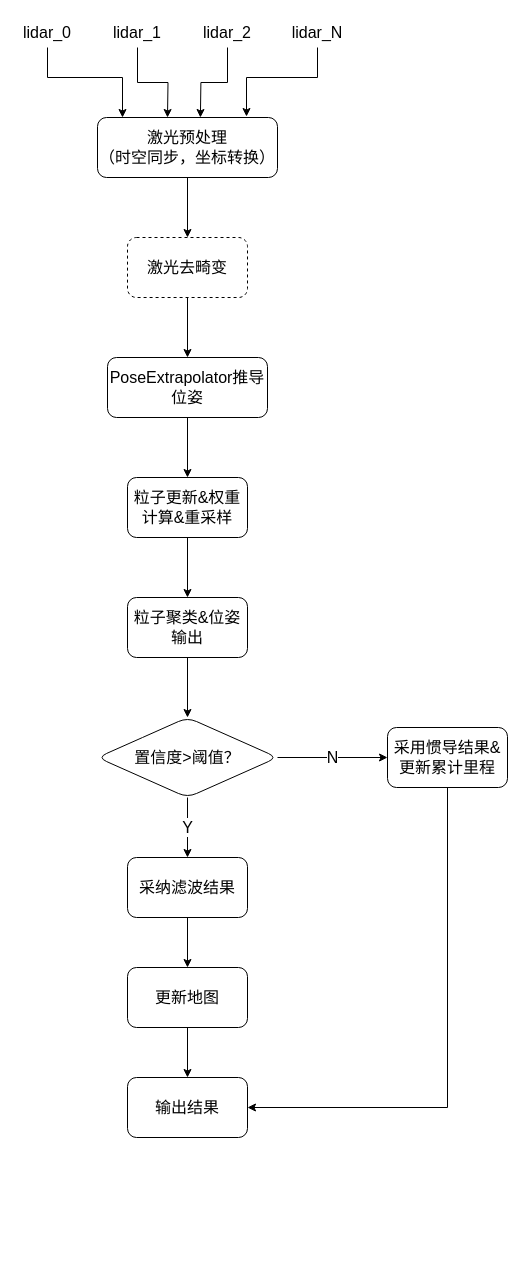
Earlier version of the draw.io diagram AMCL_refactor.drawio (mMikaa00/For_draw_io). Source tidied: cells renumbered, new cells numbered last; positions are measured from the earlier drawing's top-left corner, leaving out a move shared by most shapes. Both pictures are drawn from the tidied source at 100%, with x=0, y=0 at pixel (17, 17).
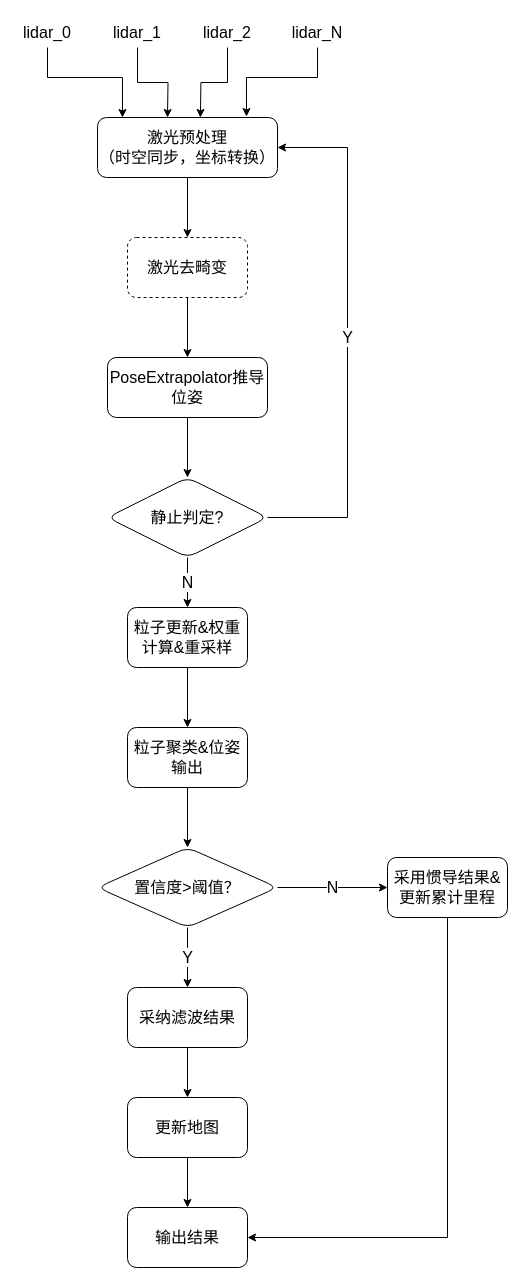
After the change.

The change refers to these unchanged cells:
```xml
<mxCell id="3" value="&lt;font style=&quot;font-size: 16px;&quot;&gt;激光预处理&lt;br&gt;（时空同步，坐标转换）&lt;/font&gt;" style="rounded=1;whiteSpace=wrap;html=1;fontSize=16;" parent="1" vertex="1">
  <mxGeometry x="80" y="100" width="180" height="60" as="geometry" />
</mxCell>
<mxCell id="13" value="PoseExtrapolator推导位姿" style="rounded=1;whiteSpace=wrap;html=1;fontSize=16;" parent="1" vertex="1">
  <mxGeometry x="90" y="340" width="160" height="60" as="geometry" />
</mxCell>
```

What changed in the source:
```diff
@@
-    <mxCell id="12" style="edgeStyle=orthogonalEdgeStyle;rounded=0;jettySize=auto;html=1;fontSize=16;" parent="1" edge="1" source="13" target="17">
-      <mxGeometry relative="1" as="geometry" />
-    </mxCell>
+    <mxCell id="30" style="edgeStyle=orthogonalEdgeStyle;rounded=0;jettySize=auto;html=1;fontSize=16;" parent="1" edge="1" source="13" target="33">
+      <mxGeometry relative="1" as="geometry" />
+    </mxCell>
@@
     <mxCell id="17" value="粒子更新&amp;amp;权重计算&amp;amp;重采样" style="rounded=1;whiteSpace=wrap;html=1;fontSize=16;" parent="1" vertex="1">
-      <mxGeometry x="110" y="460" width="120" height="60" as="geometry" />
+      <mxGeometry x="110" y="590" width="120" height="60" as="geometry" />
     </mxCell>
@@
     <mxCell id="19" value="粒子聚类&amp;amp;位姿输出" style="rounded=1;whiteSpace=wrap;html=1;fontSize=16;" parent="1" vertex="1">
-      <mxGeometry x="110" y="580" width="120" height="60" as="geometry" />
+      <mxGeometry x="110" y="710" width="120" height="60" as="geometry" />
     </mxCell>
@@
     <mxCell id="22" value="置信度&amp;gt;阈值？" style="rhombus;whiteSpace=wrap;html=1;fontSize=16;rounded=1;" parent="1" vertex="1">
-      <mxGeometry x="80" y="700" width="180" height="80" as="geometry" />
+      <mxGeometry x="80" y="830" width="180" height="80" as="geometry" />
     </mxCell>
@@
     <mxCell id="24" value="采纳滤波结果" style="whiteSpace=wrap;html=1;fontSize=16;rounded=1;" parent="1" vertex="1">
-      <mxGeometry x="110" y="840" width="120" height="60" as="geometry" />
+      <mxGeometry x="110" y="970" width="120" height="60" as="geometry" />
     </mxCell>
     <mxCell id="25" style="edgeStyle=orthogonalEdgeStyle;rounded=0;jettySize=auto;html=1;entryX=1;entryY=0.5;entryDx=0;entryDy=0;fontSize=16;" parent="1" edge="1" source="26" target="29">
       <mxGeometry relative="1" as="geometry">
         <Array as="points">
-          <mxPoint x="430" y="1090" />
+          <mxPoint x="430" y="1220" />
         </Array>
       </mxGeometry>
     </mxCell>
     <mxCell id="26" value="采用惯导结果&amp;amp;更新累计里程" style="whiteSpace=wrap;html=1;fontSize=16;rounded=1;" parent="1" vertex="1">
-      <mxGeometry x="370" y="710" width="120" height="60" as="geometry" />
+      <mxGeometry x="370" y="840" width="120" height="60" as="geometry" />
     </mxCell>
@@
     <mxCell id="28" value="更新地图" style="whiteSpace=wrap;html=1;fontSize=16;rounded=1;" parent="1" vertex="1">
-      <mxGeometry x="110" y="950" width="120" height="60" as="geometry" />
+      <mxGeometry x="110" y="1080" width="120" height="60" as="geometry" />
     </mxCell>
     <mxCell id="29" value="输出结果" style="whiteSpace=wrap;html=1;fontSize=16;rounded=1;" parent="1" vertex="1">
-      <mxGeometry x="110" y="1060" width="120" height="60" as="geometry" />
+      <mxGeometry x="110" y="1190" width="120" height="60" as="geometry" />
     </mxCell>
+    <mxCell id="31" value="N" style="edgeStyle=orthogonalEdgeStyle;rounded=0;jettySize=auto;html=1;fontSize=16;" parent="1" edge="1" source="33" target="17">
+      <mxGeometry relative="1" as="geometry" />
+    </mxCell>
+    <mxCell id="32" value="Y" style="edgeStyle=orthogonalEdgeStyle;rounded=0;jettySize=auto;html=1;entryX=1;entryY=0.5;entryDx=0;entryDy=0;fontSize=16;" parent="1" edge="1" source="33" target="3">
+      <mxGeometry relative="1" as="geometry">
+        <Array as="points">
+          <mxPoint x="330" y="500" />
+          <mxPoint x="330" y="130" />
+        </Array>
+      </mxGeometry>
+    </mxCell>
+    <mxCell id="33" value="静止判定?" style="rhombus;whiteSpace=wrap;html=1;fontSize=16;rounded=1;" parent="1" vertex="1">
+      <mxGeometry x="90" y="460" width="160" height="80" as="geometry" />
+    </mxCell>
```
